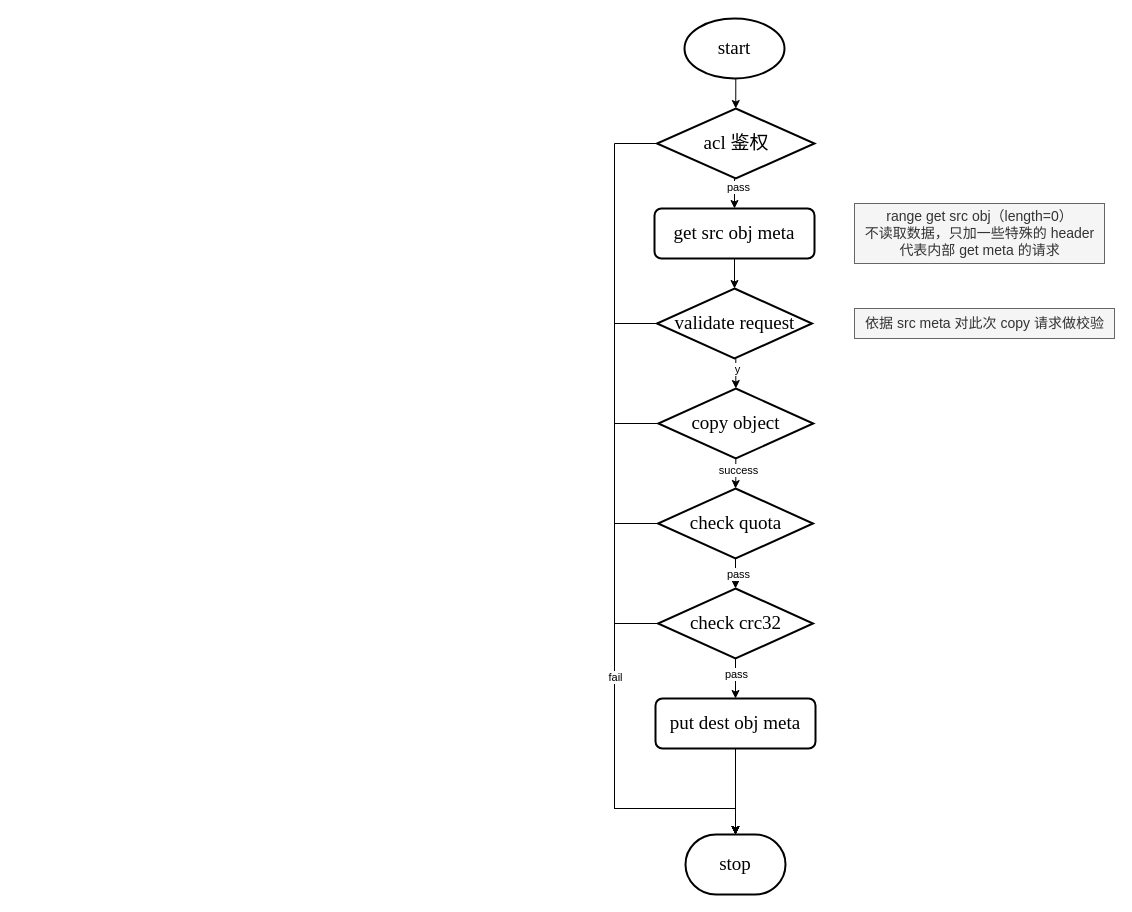
The draw.io diagram CopyObject.drawio in 1253757553/drawIO, before the edit. Source tidied: cells renumbered, new cells numbered last; positions are measured from the earlier drawing's top-left corner, leaving out a move shared by most shapes. Both pictures are drawn from the tidied source at 100%, with x=0, y=0 at pixel (614, 18).
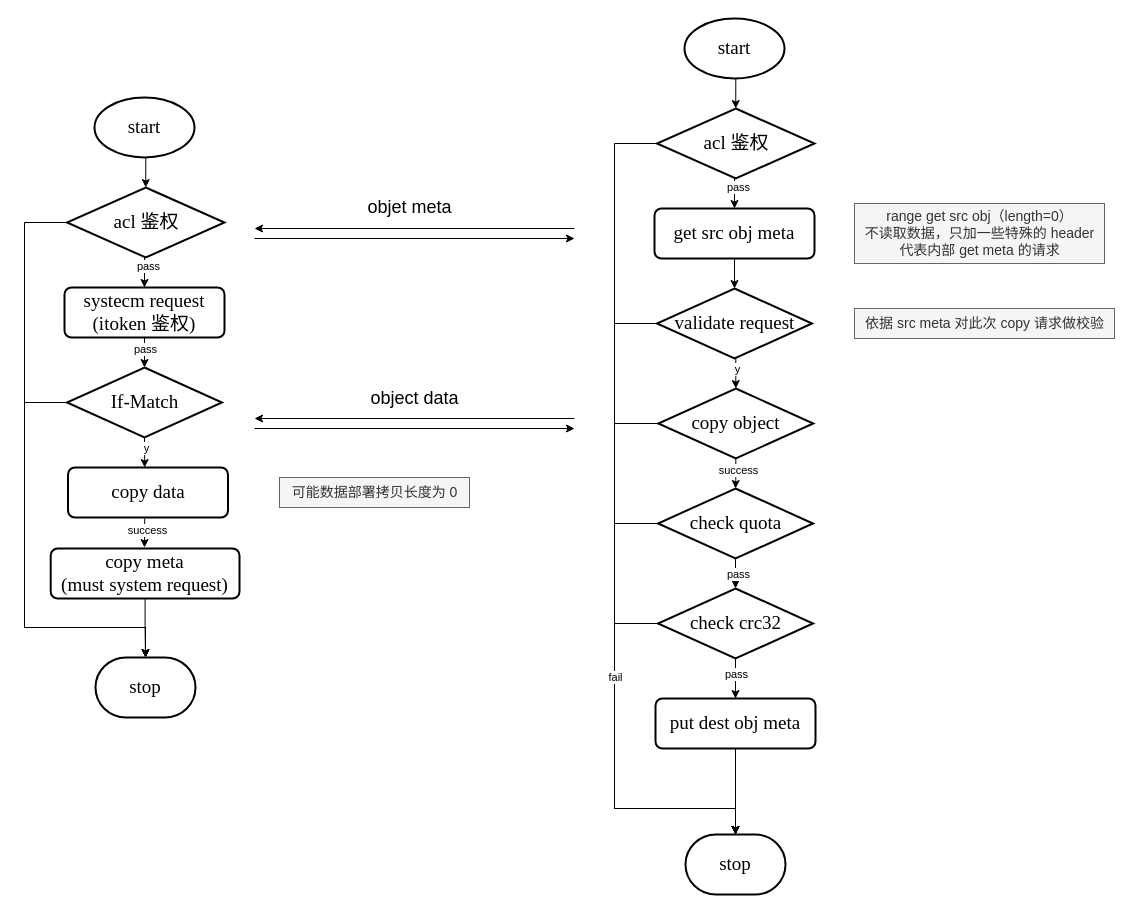
After the change.

The edit, as a diff of the source:
```diff
@@
+    <mxCell id="33" value="&lt;font style=&quot;font-size: 19px;&quot; face=&quot;Times New Roman&quot;&gt;start&lt;/font&gt;" style="strokeWidth=2;html=1;shape=mxgraph.flowchart.start_1;whiteSpace=wrap;" parent="1" vertex="1">
+      <mxGeometry x="-520" y="79" width="100" height="60" as="geometry" />
+    </mxCell>
+    <mxCell id="34" style="edgeStyle=orthogonalEdgeStyle;rounded=0;jettySize=auto;html=1;exitX=0.5;exitY=1;exitDx=0;exitDy=0;exitPerimeter=0;entryX=0.5;entryY=0;entryDx=0;entryDy=0;" parent="1" edge="1" source="36" target="37">
+      <mxGeometry relative="1" as="geometry" />
+    </mxCell>
+    <mxCell id="35" value="pass" style="edgeLabel;html=1;align=center;verticalAlign=middle;" parent="34" vertex="1">
+      <mxGeometry x="-0.33" y="3" relative="1" as="geometry" />
+    </mxCell>
+    <mxCell id="36" value="acl 鉴权" style="strokeWidth=2;html=1;shape=mxgraph.flowchart.decision;whiteSpace=wrap;fontFamily=Times New Roman;fontSize=19;" parent="1" vertex="1">
+      <mxGeometry x="-547.5" y="169" width="157.5" height="70" as="geometry" />
+    </mxCell>
+    <mxCell id="37" value="systecm request&lt;div&gt;(itoken 鉴权)&lt;/div&gt;" style="rounded=1;whiteSpace=wrap;html=1;absoluteArcSize=1;arcSize=14;strokeWidth=2;fontFamily=Times New Roman;fontSize=19;" parent="1" vertex="1">
+      <mxGeometry x="-550" y="269" width="160" height="50" as="geometry" />
+    </mxCell>
+    <mxCell id="38" value="If-Match" style="strokeWidth=2;html=1;shape=mxgraph.flowchart.decision;whiteSpace=wrap;fontFamily=Times New Roman;fontSize=19;" parent="1" vertex="1">
+      <mxGeometry x="-547.5" y="349" width="155" height="70" as="geometry" />
+    </mxCell>
+    <mxCell id="39" style="edgeStyle=orthogonalEdgeStyle;rounded=0;orthogonalLoop=1;jettySize=auto;html=1;exitX=0.5;exitY=1;exitDx=0;exitDy=0;exitPerimeter=0;" parent="1" edge="1">
+      <mxGeometry relative="1" as="geometry">
+        <mxPoint x="-469.8" y="500" as="sourcePoint" />
+        <mxPoint x="-470" y="529" as="targetPoint" />
+      </mxGeometry>
+    </mxCell>
+    <mxCell id="40" value="success" style="edgeLabel;html=1;align=center;verticalAlign=middle;" parent="39" vertex="1">
+      <mxGeometry x="-0.39" y="2" relative="1" as="geometry">
+        <mxPoint y="2" as="offset" />
+      </mxGeometry>
+    </mxCell>
+    <mxCell id="41" value="&lt;font style=&quot;font-size: 19px;&quot; face=&quot;Times New Roman&quot;&gt;stop&lt;/font&gt;" style="strokeWidth=2;html=1;shape=mxgraph.flowchart.terminator;whiteSpace=wrap;" parent="1" vertex="1">
+      <mxGeometry x="-519" y="639" width="100" height="60" as="geometry" />
+    </mxCell>
+    <mxCell id="42" style="edgeStyle=orthogonalEdgeStyle;rounded=0;jettySize=auto;html=1;exitX=0.5;exitY=1;exitDx=0;exitDy=0;exitPerimeter=0;entryX=0.5;entryY=0;entryDx=0;entryDy=0;entryPerimeter=0;" parent="1" edge="1" source="33" target="36">
+      <mxGeometry relative="1" as="geometry" />
+    </mxCell>
+    <mxCell id="43" style="edgeStyle=orthogonalEdgeStyle;rounded=0;jettySize=auto;html=1;exitX=0.5;exitY=1;exitDx=0;exitDy=0;entryX=0.5;entryY=0;entryDx=0;entryDy=0;entryPerimeter=0;" parent="1" edge="1" source="37" target="38">
+      <mxGeometry relative="1" as="geometry" />
+    </mxCell>
+    <mxCell id="44" value="pass" style="edgeLabel;html=1;align=center;verticalAlign=middle;" parent="43" vertex="1">
+      <mxGeometry x="-0.25" relative="1" as="geometry" />
+    </mxCell>
+    <mxCell id="45" style="edgeStyle=orthogonalEdgeStyle;rounded=0;jettySize=auto;html=1;exitX=0.5;exitY=1;exitDx=0;exitDy=0;exitPerimeter=0;entryX=0.5;entryY=0;entryDx=0;entryDy=0;entryPerimeter=0;" parent="1" edge="1" source="38">
+      <mxGeometry relative="1" as="geometry">
+        <mxPoint x="-469.8" y="449" as="targetPoint" />
+      </mxGeometry>
+    </mxCell>
+    <mxCell id="46" value="y" style="edgeLabel;html=1;align=center;verticalAlign=middle;" parent="45" vertex="1">
+      <mxGeometry x="-0.25" y="1" relative="1" as="geometry" />
+    </mxCell>
+    <mxCell id="47" style="edgeStyle=orthogonalEdgeStyle;rounded=0;jettySize=auto;html=1;exitX=0.5;exitY=1;exitDx=0;exitDy=0;entryX=0.5;entryY=0;entryDx=0;entryDy=0;entryPerimeter=0;" parent="1" edge="1" source="52" target="41">
+      <mxGeometry relative="1" as="geometry" />
+    </mxCell>
+    <mxCell id="48" style="edgeStyle=orthogonalEdgeStyle;rounded=0;jettySize=auto;html=1;exitX=0;exitY=0.5;exitDx=0;exitDy=0;exitPerimeter=0;entryX=0.5;entryY=0;entryDx=0;entryDy=0;entryPerimeter=0;" parent="1" edge="1" source="36" target="41">
+      <mxGeometry relative="1" as="geometry">
+        <Array as="points">
+          <mxPoint x="-590" y="204" />
+          <mxPoint x="-590" y="609" />
+          <mxPoint x="-469" y="609" />
+        </Array>
+      </mxGeometry>
+    </mxCell>
+    <mxCell id="49" style="edgeStyle=orthogonalEdgeStyle;rounded=0;jettySize=auto;html=1;exitX=0;exitY=0.5;exitDx=0;exitDy=0;exitPerimeter=0;entryX=0.5;entryY=0;entryDx=0;entryDy=0;entryPerimeter=0;" parent="1" edge="1" source="38" target="41">
+      <mxGeometry relative="1" as="geometry">
+        <Array as="points">
+          <mxPoint x="-590" y="384" />
+          <mxPoint x="-590" y="609" />
+          <mxPoint x="-469" y="609" />
+        </Array>
+      </mxGeometry>
+    </mxCell>
+    <mxCell id="50" value="copy data" style="rounded=1;whiteSpace=wrap;html=1;absoluteArcSize=1;arcSize=14;strokeWidth=2;fontFamily=Times New Roman;fontSize=19;" parent="1" vertex="1">
+      <mxGeometry x="-546.5" y="449" width="160" height="50" as="geometry" />
+    </mxCell>
+    <mxCell id="51" value="可能数据部署拷贝长度为 0" style="text;html=1;align=center;verticalAlign=middle;strokeColor=#666666;fillColor=#f5f5f5;fontSize=14;fontColor=#333333;" parent="1" vertex="1">
+      <mxGeometry x="-335" y="459" width="190" height="30" as="geometry" />
+    </mxCell>
+    <mxCell id="52" value="copy meta&lt;div&gt;(must system request)&lt;/div&gt;" style="rounded=1;whiteSpace=wrap;html=1;absoluteArcSize=1;arcSize=14;strokeWidth=2;fontFamily=Times New Roman;fontSize=19;" parent="1" vertex="1">
+      <mxGeometry x="-563.8" y="530" width="188.8" height="50" as="geometry" />
+    </mxCell>
+    <mxCell id="53" style="endArrow=classic;html=1;rounded=0;" parent="1" edge="1">
+      <mxGeometry relative="1" as="geometry">
+        <mxPoint x="-40" y="210" as="sourcePoint" />
+        <mxPoint x="-360" y="210" as="targetPoint" />
+      </mxGeometry>
+    </mxCell>
+    <mxCell id="54" style="endArrow=classic;html=1;rounded=0;" parent="1" edge="1">
+      <mxGeometry relative="1" as="geometry">
+        <mxPoint x="-360" y="220" as="sourcePoint" />
+        <mxPoint x="-40" y="220" as="targetPoint" />
+      </mxGeometry>
+    </mxCell>
+    <mxCell id="55" style="endArrow=classic;html=1;rounded=0;" parent="1" edge="1">
+      <mxGeometry relative="1" as="geometry">
+        <mxPoint x="-40" y="400" as="sourcePoint" />
+        <mxPoint x="-360" y="400" as="targetPoint" />
+      </mxGeometry>
+    </mxCell>
+    <mxCell id="56" style="endArrow=classic;html=1;rounded=0;" parent="1" edge="1">
+      <mxGeometry relative="1" as="geometry">
+        <mxPoint x="-360" y="410" as="sourcePoint" />
+        <mxPoint x="-40" y="410" as="targetPoint" />
+      </mxGeometry>
+    </mxCell>
+    <mxCell id="57" value="&lt;font style=&quot;font-size: 18px;&quot;&gt;objet meta&lt;/font&gt;" style="text;html=1;align=center;verticalAlign=middle;strokeColor=none;fillColor=none;" parent="1" vertex="1">
+      <mxGeometry x="-260" y="169" width="110" height="40" as="geometry" />
+    </mxCell>
+    <mxCell id="58" value="&lt;font style=&quot;font-size: 18px;&quot;&gt;object data&lt;/font&gt;" style="text;html=1;align=center;verticalAlign=middle;strokeColor=none;fillColor=none;" parent="1" vertex="1">
+      <mxGeometry x="-255" y="360" width="110" height="40" as="geometry" />
+    </mxCell>
```
